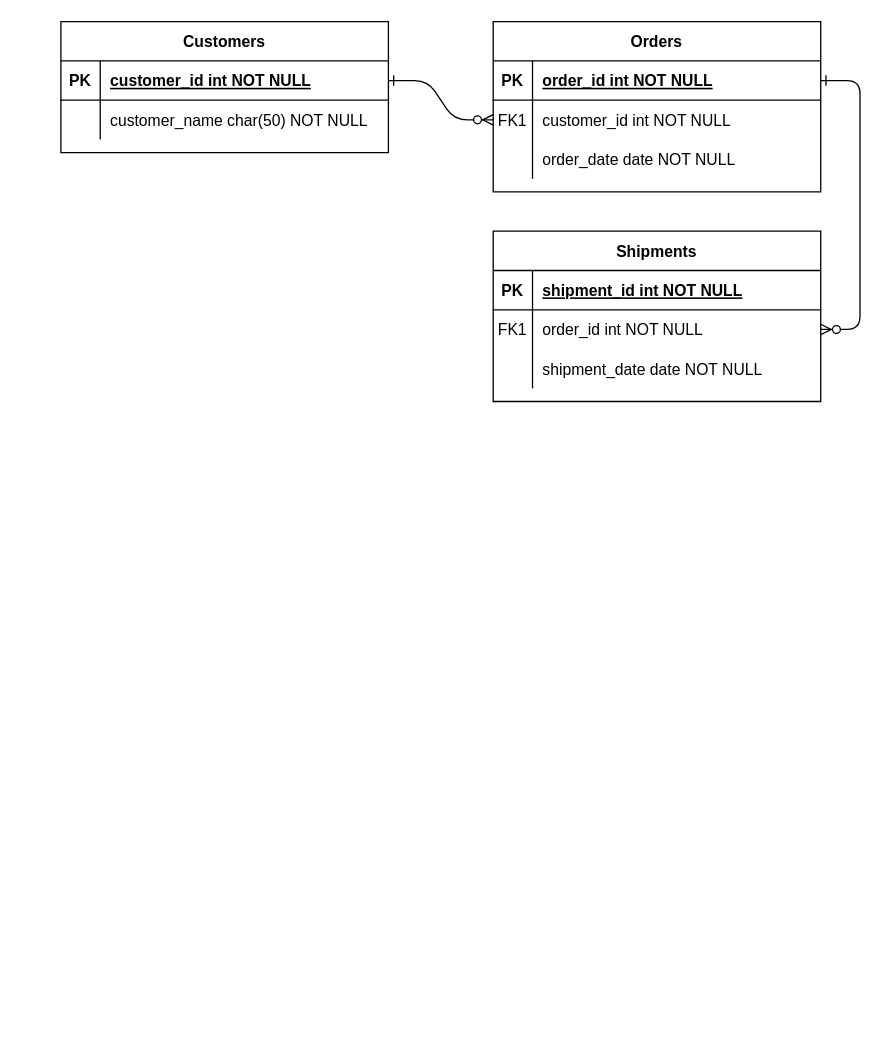
This is Diagramas/Relacion.drawio from AndreaCastro2004/bdd, a draw.io file, before an edit. Source tidied: cells renumbered, new cells numbered last; positions are measured from the earlier drawing's top-left corner, leaving out a move shared by most shapes. Both pictures are drawn from the tidied source at 131%, with x=0, y=0 at pixel (60, 21).
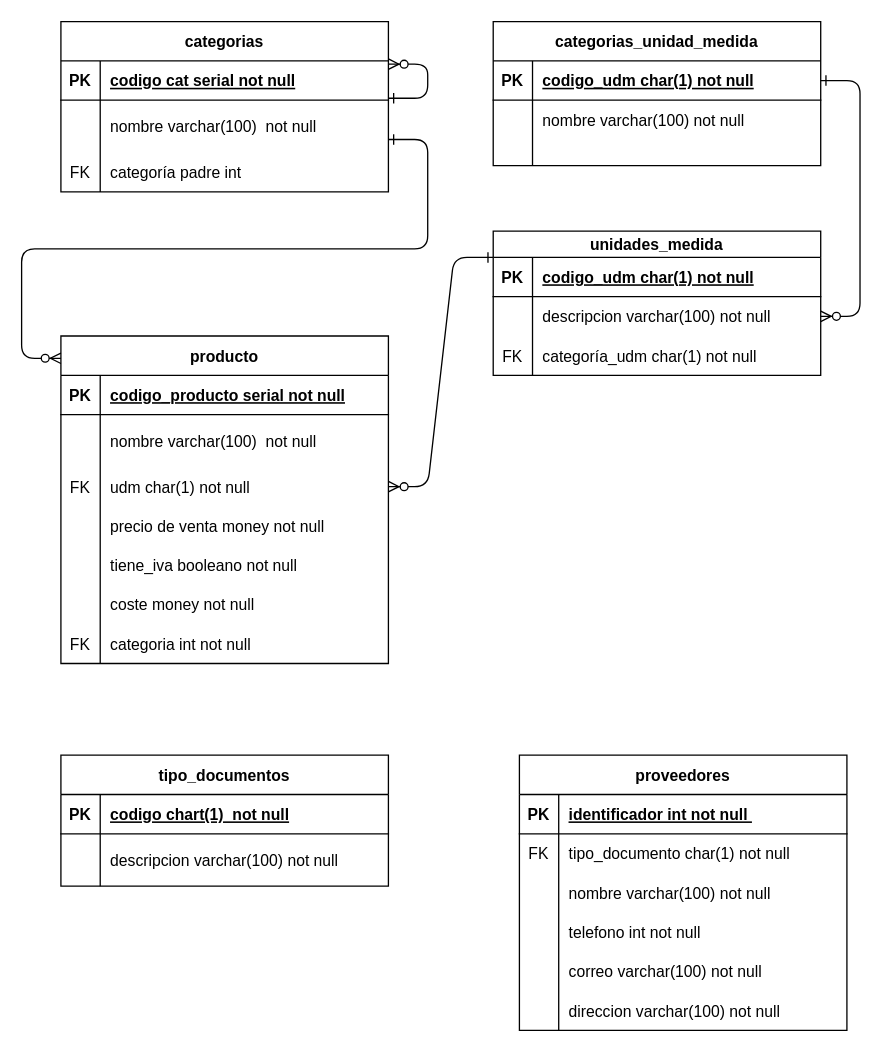
The same page after the edit.

Unchanged cells that the change refers to:
```xml
<mxCell id="5" style="shape=partialRectangle;fillColor=none;points=[[0,0.5],[1,0.5]];portConstraint=eastwest;top=0;left=0;right=0;bottom=1;" parent="4" vertex="1">
  <mxGeometry y="30" width="250" height="30" as="geometry" />
</mxCell>
<mxCell id="8" style="shape=partialRectangle;fillColor=none;points=[[0,0.5],[1,0.5]];portConstraint=eastwest;top=0;left=0;right=0;bottom=0;" parent="4" vertex="1">
  <mxGeometry y="60" width="250" height="30" as="geometry" />
</mxCell>
<mxCell id="25" style="shape=partialRectangle;fillColor=none;points=[[0,0.5],[1,0.5]];portConstraint=eastwest;top=0;left=0;right=0;bottom=1;" parent="24" vertex="1">
  <mxGeometry y="30" width="250" height="30" as="geometry" />
</mxCell>
```

Diff of the diagram source:
```diff
@@
-    <mxCell id="2" style="edgeStyle=entityRelationEdgeStyle;endArrow=ERzeroToMany;startArrow=ERone;endFill=1;startFill=0;" parent="1" edge="1" source="25" target="8">
-      <mxGeometry relative="1" as="geometry" />
-    </mxCell>
@@
-    <mxCell id="4" value="Orders" style="shape=table;startSize=30;childLayout=tableLayout;rowLines=0;fontStyle=1;align=center;" parent="1" vertex="1">
-      <mxGeometry x="330" width="250" height="130" as="geometry" />
+    <mxCell id="4" value="categorias_unidad_medida" style="shape=table;startSize=30;childLayout=tableLayout;rowLines=0;fontStyle=1;align=center;" parent="1" vertex="1">
+      <mxGeometry x="330" width="250" height="110" as="geometry" />
     </mxCell>
@@
-    <mxCell id="7" value="order_id int NOT NULL " style="shape=partialRectangle;overflow=hidden;fillColor=none;top=0;left=0;bottom=0;right=0;align=left;spacingLeft=6;fontStyle=5;" parent="5" vertex="1">
+    <mxCell id="7" value="codigo_udm char(1) not null" style="shape=partialRectangle;overflow=hidden;fillColor=none;top=0;left=0;bottom=0;right=0;align=left;spacingLeft=6;fontStyle=5;" parent="5" vertex="1">
       <mxGeometry x="30" width="220" height="30" as="geometry" />
     </mxCell>
@@
-    <mxCell id="9" value="FK1" style="shape=partialRectangle;overflow=hidden;fillColor=none;top=0;left=0;bottom=0;right=0;" parent="8" vertex="1">
+    <mxCell id="9" style="shape=partialRectangle;overflow=hidden;fillColor=none;top=0;left=0;bottom=0;right=0;" parent="8" vertex="1">
       <mxGeometry width="30" height="30" as="geometry" />
     </mxCell>
-    <mxCell id="10" value="customer_id int NOT NULL" style="shape=partialRectangle;overflow=hidden;fillColor=none;top=0;left=0;bottom=0;right=0;align=left;spacingLeft=6;" parent="8" vertex="1">
+    <mxCell id="10" value="nombre varchar(100) not null" style="shape=partialRectangle;overflow=hidden;fillColor=none;top=0;left=0;bottom=0;right=0;align=left;spacingLeft=6;" parent="8" vertex="1">
       <mxGeometry x="30" width="220" height="30" as="geometry" />
     </mxCell>
     <mxCell id="11" style="shape=partialRectangle;fillColor=none;top=0;left=0;right=0;bottom=0;" parent="4" vertex="1">
-      <mxGeometry y="90" width="250" height="30" as="geometry" />
+      <mxGeometry y="90" width="250" height="20" as="geometry" />
     </mxCell>
     <mxCell id="12" style="shape=partialRectangle;overflow=hidden;fillColor=none;top=0;left=0;bottom=0;right=0;" parent="11" vertex="1">
-      <mxGeometry width="30" height="30" as="geometry" />
+      <mxGeometry width="30" height="20" as="geometry" />
     </mxCell>
-    <mxCell id="13" value="order_date date NOT NULL" style="shape=partialRectangle;overflow=hidden;fillColor=none;top=0;left=0;bottom=0;right=0;align=left;spacingLeft=6;" parent="11" vertex="1">
-      <mxGeometry x="30" width="220" height="30" as="geometry" />
+    <mxCell id="13" style="shape=partialRectangle;overflow=hidden;fillColor=none;top=0;left=0;bottom=0;right=0;align=left;spacingLeft=6;" parent="11" vertex="1">
+      <mxGeometry x="30" width="220" height="20" as="geometry" />
     </mxCell>
-    <mxCell id="14" value="Shipments" style="shape=table;startSize=30;childLayout=tableLayout;rowLines=0;fontStyle=1;align=center;" parent="1" vertex="1">
-      <mxGeometry x="330" y="160" width="250" height="130" as="geometry" />
+    <mxCell id="14" value="unidades_medida" style="shape=table;startSize=20;childLayout=tableLayout;rowLines=0;fontStyle=1;align=center;" parent="1" vertex="1">
+      <mxGeometry x="330" y="160" width="250" height="110" as="geometry" />
     </mxCell>
     <mxCell id="15" style="shape=partialRectangle;fillColor=none;points=[[0,0.5],[1,0.5]];portConstraint=eastwest;top=0;left=0;right=0;bottom=1;" parent="14" vertex="1">
-      <mxGeometry y="30" width="250" height="30" as="geometry" />
+      <mxGeometry y="20" width="250" height="30" as="geometry" />
     </mxCell>
@@
-    <mxCell id="17" value="shipment_id int NOT NULL " style="shape=partialRectangle;overflow=hidden;fillColor=none;top=0;left=0;bottom=0;right=0;align=left;spacingLeft=6;fontStyle=5;" parent="15" vertex="1">
+    <mxCell id="17" value="codigo_udm char(1) not null" style="shape=partialRectangle;overflow=hidden;fillColor=none;top=0;left=0;bottom=0;right=0;align=left;spacingLeft=6;fontStyle=5;" parent="15" vertex="1">
       <mxGeometry x="30" width="220" height="30" as="geometry" />
     </mxCell>
     <mxCell id="18" style="shape=partialRectangle;fillColor=none;points=[[0,0.5],[1,0.5]];portConstraint=eastwest;top=0;left=0;right=0;bottom=0;" parent="14" vertex="1">
-      <mxGeometry y="60" width="250" height="30" as="geometry" />
+      <mxGeometry y="50" width="250" height="30" as="geometry" />
     </mxCell>
-    <mxCell id="19" value="FK1" style="shape=partialRectangle;overflow=hidden;fillColor=none;top=0;left=0;bottom=0;right=0;" parent="18" vertex="1">
+    <mxCell id="19" style="shape=partialRectangle;overflow=hidden;fillColor=none;top=0;left=0;bottom=0;right=0;" parent="18" vertex="1">
       <mxGeometry width="30" height="30" as="geometry" />
     </mxCell>
-    <mxCell id="20" value="order_id int NOT NULL" style="shape=partialRectangle;overflow=hidden;fillColor=none;top=0;left=0;bottom=0;right=0;align=left;spacingLeft=6;" parent="18" vertex="1">
+    <mxCell id="20" value="descripcion varchar(100) not null" style="shape=partialRectangle;overflow=hidden;fillColor=none;top=0;left=0;bottom=0;right=0;align=left;spacingLeft=6;" parent="18" vertex="1">
       <mxGeometry x="30" width="220" height="30" as="geometry" />
     </mxCell>
     <mxCell id="21" style="shape=partialRectangle;fillColor=none;top=0;left=0;right=0;bottom=0;" parent="14" vertex="1">
-      <mxGeometry y="90" width="250" height="30" as="geometry" />
+      <mxGeometry y="80" width="250" height="30" as="geometry" />
     </mxCell>
-    <mxCell id="22" style="shape=partialRectangle;overflow=hidden;fillColor=none;top=0;left=0;bottom=0;right=0;" parent="21" vertex="1">
+    <mxCell id="22" value="FK" style="shape=partialRectangle;overflow=hidden;fillColor=none;top=0;left=0;bottom=0;right=0;" parent="21" vertex="1">
       <mxGeometry width="30" height="30" as="geometry" />
     </mxCell>
-    <mxCell id="23" value="shipment_date date NOT NULL" style="shape=partialRectangle;overflow=hidden;fillColor=none;top=0;left=0;bottom=0;right=0;align=left;spacingLeft=6;" parent="21" vertex="1">
+    <mxCell id="23" value="categoría_udm char(1) not null" style="shape=partialRectangle;overflow=hidden;fillColor=none;top=0;left=0;bottom=0;right=0;align=left;spacingLeft=6;" parent="21" vertex="1">
       <mxGeometry x="30" width="220" height="30" as="geometry" />
     </mxCell>
-    <mxCell id="24" value="Customers" style="shape=table;startSize=30;childLayout=tableLayout;rowLines=0;fontStyle=1;align=center;" parent="1" vertex="1">
-      <mxGeometry width="250" height="100" as="geometry" />
+    <mxCell id="24" value="categorias" style="shape=table;startSize=30;childLayout=tableLayout;rowLines=0;fontStyle=1;align=center;" parent="1" vertex="1">
+      <mxGeometry width="250" height="130" as="geometry" />
     </mxCell>
@@
-    <mxCell id="27" value="customer_id int NOT NULL " style="shape=partialRectangle;overflow=hidden;fillColor=none;top=0;left=0;bottom=0;right=0;align=left;spacingLeft=6;fontStyle=5;" parent="25" vertex="1">
+    <mxCell id="27" value="codigo cat serial not null" style="shape=partialRectangle;overflow=hidden;fillColor=none;top=0;left=0;bottom=0;right=0;align=left;spacingLeft=6;fontStyle=5;" parent="25" vertex="1">
       <mxGeometry x="30" width="220" height="30" as="geometry" />
     </mxCell>
     <mxCell id="28" style="shape=partialRectangle;fillColor=none;top=0;left=0;right=0;bottom=0;" parent="24" vertex="1">
-      <mxGeometry y="60" width="250" height="30" as="geometry" />
+      <mxGeometry y="60" width="250" height="40" as="geometry" />
     </mxCell>
     <mxCell id="29" style="shape=partialRectangle;overflow=hidden;fillColor=none;top=0;left=0;bottom=0;right=0;" parent="28" vertex="1">
-      <mxGeometry width="30" height="30" as="geometry" />
+      <mxGeometry width="30" height="40" as="geometry" />
     </mxCell>
-    <mxCell id="30" value="customer_name char(50) NOT NULL" style="shape=partialRectangle;overflow=hidden;fillColor=none;top=0;left=0;bottom=0;right=0;align=left;spacingLeft=6;" parent="28" vertex="1">
-      <mxGeometry x="30" width="220" height="30" as="geometry" />
+    <mxCell id="30" value="nombre varchar(100)  not null" style="shape=partialRectangle;overflow=hidden;fillColor=none;top=0;left=0;bottom=0;right=0;align=left;spacingLeft=6;" parent="28" vertex="1">
+      <mxGeometry x="30" width="220" height="40" as="geometry" />
     </mxCell>
+    <mxCell id="31" style="shape=partialRectangle;fillColor=none;top=0;left=0;right=0;bottom=0;" parent="24" vertex="1">
+      <mxGeometry y="100" width="250" height="30" as="geometry" />
+    </mxCell>
+    <mxCell id="32" value="FK" style="shape=partialRectangle;overflow=hidden;fillColor=none;top=0;left=0;bottom=0;right=0;" parent="31" vertex="1">
+      <mxGeometry width="30" height="30" as="geometry" />
+    </mxCell>
+    <mxCell id="33" value="categoría padre int" style="shape=partialRectangle;overflow=hidden;fillColor=none;top=0;left=0;bottom=0;right=0;align=left;spacingLeft=6;" parent="31" vertex="1">
+      <mxGeometry x="30" width="220" height="30" as="geometry" />
+    </mxCell>
+    <mxCell id="2" style="edgeStyle=entityRelationEdgeStyle;endArrow=ERzeroToMany;startArrow=ERone;endFill=1;startFill=0;exitX=1.004;exitY=1;exitDx=0;exitDy=0;exitPerimeter=0;entryX=1;entryY=0.25;entryDx=0;entryDy=0;" parent="1" edge="1" target="24">
+      <mxGeometry relative="1" as="geometry">
+        <mxPoint x="250" y="58.5" as="sourcePoint" />
+        <Array as="points">
+          <mxPoint x="289" y="38.5" />
+        </Array>
+      </mxGeometry>
+    </mxCell>
+    <mxCell id="34" value="producto" style="shape=table;startSize=30;childLayout=tableLayout;rowLines=0;fontStyle=1;align=center;" parent="1" vertex="1">
+      <mxGeometry y="240" width="250" height="250" as="geometry" />
+    </mxCell>
+    <mxCell id="35" style="shape=partialRectangle;fillColor=none;top=0;left=0;right=0;bottom=1;" parent="34" vertex="1">
+      <mxGeometry y="30" width="250" height="30" as="geometry" />
+    </mxCell>
+    <mxCell id="36" value="PK" style="shape=partialRectangle;overflow=hidden;fillColor=none;top=0;left=0;bottom=0;right=0;fontStyle=1;" parent="35" vertex="1">
+      <mxGeometry width="30" height="30" as="geometry" />
+    </mxCell>
+    <mxCell id="37" value="codigo_producto serial not null" style="shape=partialRectangle;overflow=hidden;fillColor=none;top=0;left=0;bottom=0;right=0;align=left;spacingLeft=6;fontStyle=5;" parent="35" vertex="1">
+      <mxGeometry x="30" width="220" height="30" as="geometry" />
+    </mxCell>
+    <mxCell id="38" style="shape=partialRectangle;fillColor=none;top=0;left=0;right=0;bottom=0;" parent="34" vertex="1">
+      <mxGeometry y="60" width="250" height="40" as="geometry" />
+    </mxCell>
+    <mxCell id="39" style="shape=partialRectangle;overflow=hidden;fillColor=none;top=0;left=0;bottom=0;right=0;" parent="38" vertex="1">
+      <mxGeometry width="30" height="40" as="geometry" />
+    </mxCell>
+    <mxCell id="40" value="nombre varchar(100)  not null" style="shape=partialRectangle;overflow=hidden;fillColor=none;top=0;left=0;bottom=0;right=0;align=left;spacingLeft=6;" parent="38" vertex="1">
+      <mxGeometry x="30" width="220" height="40" as="geometry" />
+    </mxCell>
+    <mxCell id="41" style="shape=partialRectangle;fillColor=none;points=[[0,0.5],[1,0.5]];portConstraint=eastwest;top=0;left=0;right=0;bottom=0;" parent="34" vertex="1">
+      <mxGeometry y="100" width="250" height="30" as="geometry" />
+    </mxCell>
+    <mxCell id="42" value="FK" style="shape=partialRectangle;overflow=hidden;fillColor=none;top=0;left=0;bottom=0;right=0;" parent="41" vertex="1">
+      <mxGeometry width="30" height="30" as="geometry" />
+    </mxCell>
+    <mxCell id="43" value="udm char(1) not null" style="shape=partialRectangle;overflow=hidden;fillColor=none;top=0;left=0;bottom=0;right=0;align=left;spacingLeft=6;" parent="41" vertex="1">
+      <mxGeometry x="30" width="220" height="30" as="geometry" />
+    </mxCell>
+    <mxCell id="44" style="shape=partialRectangle;fillColor=none;top=0;left=0;right=0;bottom=0;" parent="34" vertex="1">
+      <mxGeometry y="130" width="250" height="30" as="geometry" />
+    </mxCell>
+    <mxCell id="45" style="shape=partialRectangle;overflow=hidden;fillColor=none;top=0;left=0;bottom=0;right=0;" parent="44" vertex="1">
+      <mxGeometry width="30" height="30" as="geometry" />
+    </mxCell>
+    <mxCell id="46" value="precio de venta money not null" style="shape=partialRectangle;overflow=hidden;fillColor=none;top=0;left=0;bottom=0;right=0;align=left;spacingLeft=6;" parent="44" vertex="1">
+      <mxGeometry x="30" width="220" height="30" as="geometry" />
+    </mxCell>
+    <mxCell id="47" style="shape=partialRectangle;fillColor=none;top=0;left=0;right=0;bottom=0;" parent="34" vertex="1">
+      <mxGeometry y="160" width="250" height="30" as="geometry" />
+    </mxCell>
+    <mxCell id="48" style="shape=partialRectangle;overflow=hidden;fillColor=none;top=0;left=0;bottom=0;right=0;" parent="47" vertex="1">
+      <mxGeometry width="30" height="30" as="geometry" />
+    </mxCell>
+    <mxCell id="49" value="tiene_iva booleano not null" style="shape=partialRectangle;overflow=hidden;fillColor=none;top=0;left=0;bottom=0;right=0;align=left;spacingLeft=6;" parent="47" vertex="1">
+      <mxGeometry x="30" width="220" height="30" as="geometry" />
+    </mxCell>
+    <mxCell id="50" style="shape=partialRectangle;fillColor=none;top=0;left=0;right=0;bottom=0;" parent="34" vertex="1">
+      <mxGeometry y="190" width="250" height="30" as="geometry" />
+    </mxCell>
+    <mxCell id="51" style="shape=partialRectangle;overflow=hidden;fillColor=none;top=0;left=0;bottom=0;right=0;" parent="50" vertex="1">
+      <mxGeometry width="30" height="30" as="geometry" />
+    </mxCell>
+    <mxCell id="52" value="coste money not null" style="shape=partialRectangle;overflow=hidden;fillColor=none;top=0;left=0;bottom=0;right=0;align=left;spacingLeft=6;" parent="50" vertex="1">
+      <mxGeometry x="30" width="220" height="30" as="geometry" />
+    </mxCell>
+    <mxCell id="53" style="shape=partialRectangle;fillColor=none;top=0;left=0;right=0;bottom=0;" parent="34" vertex="1">
+      <mxGeometry y="220" width="250" height="30" as="geometry" />
+    </mxCell>
+    <mxCell id="54" value="FK" style="shape=partialRectangle;overflow=hidden;fillColor=none;top=0;left=0;bottom=0;right=0;" parent="53" vertex="1">
+      <mxGeometry width="30" height="30" as="geometry" />
+    </mxCell>
+    <mxCell id="55" value="categoria int not null" style="shape=partialRectangle;overflow=hidden;fillColor=none;top=0;left=0;bottom=0;right=0;align=left;spacingLeft=6;" parent="53" vertex="1">
+      <mxGeometry x="30" width="220" height="30" as="geometry" />
+    </mxCell>
+    <mxCell id="56" style="edgeStyle=entityRelationEdgeStyle;endArrow=ERzeroToMany;startArrow=ERone;endFill=1;startFill=0;entryX=1;entryY=0.5;entryDx=0;entryDy=0;exitX=0;exitY=0;exitDx=0;exitDy=0;exitPerimeter=0;" parent="1" edge="1" source="15" target="41">
+      <mxGeometry relative="1" as="geometry" />
+    </mxCell>
+    <mxCell id="57" style="edgeStyle=entityRelationEdgeStyle;endArrow=ERzeroToMany;startArrow=ERone;endFill=1;startFill=0;" parent="1" edge="1">
+      <mxGeometry relative="1" as="geometry">
+        <mxPoint x="250" y="90" as="sourcePoint" />
+        <mxPoint y="257" as="targetPoint" />
+        <Array as="points">
+          <mxPoint x="120" y="117" />
+          <mxPoint x="-50" y="237" />
+          <mxPoint x="-40" y="207" />
+          <mxPoint x="-30" y="207" />
+          <mxPoint x="-30" y="207" />
+          <mxPoint x="-30" y="207" />
+        </Array>
+      </mxGeometry>
+    </mxCell>
+    <mxCell id="58" value="tipo_documentos" style="shape=table;startSize=30;childLayout=tableLayout;rowLines=0;fontStyle=1;align=center;" parent="1" vertex="1">
+      <mxGeometry y="560" width="250" height="100" as="geometry" />
+    </mxCell>
+    <mxCell id="59" style="shape=partialRectangle;fillColor=none;top=0;left=0;right=0;bottom=1;" parent="58" vertex="1">
+      <mxGeometry y="30" width="250" height="30" as="geometry" />
+    </mxCell>
+    <mxCell id="60" value="PK" style="shape=partialRectangle;overflow=hidden;fillColor=none;top=0;left=0;bottom=0;right=0;fontStyle=1;" parent="59" vertex="1">
+      <mxGeometry width="30" height="30" as="geometry" />
+    </mxCell>
+    <mxCell id="61" value="codigo chart(1)  not null" style="shape=partialRectangle;overflow=hidden;fillColor=none;top=0;left=0;bottom=0;right=0;align=left;spacingLeft=6;fontStyle=5;" parent="59" vertex="1">
+      <mxGeometry x="30" width="220" height="30" as="geometry" />
+    </mxCell>
+    <mxCell id="62" style="shape=partialRectangle;fillColor=none;top=0;left=0;right=0;bottom=0;" parent="58" vertex="1">
+      <mxGeometry y="60" width="250" height="40" as="geometry" />
+    </mxCell>
+    <mxCell id="63" style="shape=partialRectangle;overflow=hidden;fillColor=none;top=0;left=0;bottom=0;right=0;" parent="62" vertex="1">
+      <mxGeometry width="30" height="40" as="geometry" />
+    </mxCell>
+    <mxCell id="64" value="descripcion varchar(100) not null" style="shape=partialRectangle;overflow=hidden;fillColor=none;top=0;left=0;bottom=0;right=0;align=left;spacingLeft=6;" parent="62" vertex="1">
+      <mxGeometry x="30" width="220" height="40" as="geometry" />
+    </mxCell>
+    <mxCell id="65" value="proveedores" style="shape=table;startSize=30;childLayout=tableLayout;rowLines=0;fontStyle=1;align=center;" parent="1" vertex="1">
+      <mxGeometry x="350" y="560" width="250" height="210" as="geometry" />
+    </mxCell>
+    <mxCell id="66" style="shape=partialRectangle;fillColor=none;top=0;left=0;right=0;bottom=1;" parent="65" vertex="1">
+      <mxGeometry y="30" width="250" height="30" as="geometry" />
+    </mxCell>
+    <mxCell id="67" value="PK" style="shape=partialRectangle;overflow=hidden;fillColor=none;top=0;left=0;bottom=0;right=0;fontStyle=1;" parent="66" vertex="1">
+      <mxGeometry width="30" height="30" as="geometry" />
+    </mxCell>
+    <mxCell id="68" value="identificador int not null " style="shape=partialRectangle;overflow=hidden;fillColor=none;top=0;left=0;bottom=0;right=0;align=left;spacingLeft=6;fontStyle=5;" parent="66" vertex="1">
+      <mxGeometry x="30" width="220" height="30" as="geometry" />
+    </mxCell>
+    <mxCell id="69" style="shape=partialRectangle;fillColor=none;top=0;left=0;right=0;bottom=0;" parent="65" vertex="1">
+      <mxGeometry y="60" width="250" height="30" as="geometry" />
+    </mxCell>
+    <mxCell id="70" value="FK" style="shape=partialRectangle;overflow=hidden;fillColor=none;top=0;left=0;bottom=0;right=0;" parent="69" vertex="1">
+      <mxGeometry width="30" height="30" as="geometry" />
+    </mxCell>
+    <mxCell id="71" value="tipo_documento char(1) not null " style="shape=partialRectangle;overflow=hidden;fillColor=none;top=0;left=0;bottom=0;right=0;align=left;spacingLeft=6;" parent="69" vertex="1">
+      <mxGeometry x="30" width="220" height="30" as="geometry" />
+    </mxCell>
+    <mxCell id="72" style="shape=partialRectangle;fillColor=none;top=0;left=0;right=0;bottom=0;" parent="65" vertex="1">
+      <mxGeometry y="90" width="250" height="30" as="geometry" />
+    </mxCell>
+    <mxCell id="73" style="shape=partialRectangle;overflow=hidden;fillColor=none;top=0;left=0;bottom=0;right=0;" parent="72" vertex="1">
+      <mxGeometry width="30" height="30" as="geometry" />
+    </mxCell>
+    <mxCell id="74" value="nombre varchar(100) not null" style="shape=partialRectangle;overflow=hidden;fillColor=none;top=0;left=0;bottom=0;right=0;align=left;spacingLeft=6;" parent="72" vertex="1">
+      <mxGeometry x="30" width="220" height="30" as="geometry" />
+    </mxCell>
+    <mxCell id="75" style="shape=partialRectangle;fillColor=none;top=0;left=0;right=0;bottom=0;" parent="65" vertex="1">
+      <mxGeometry y="120" width="250" height="30" as="geometry" />
+    </mxCell>
+    <mxCell id="76" style="shape=partialRectangle;overflow=hidden;fillColor=none;top=0;left=0;bottom=0;right=0;" parent="75" vertex="1">
+      <mxGeometry width="30" height="30" as="geometry" />
+    </mxCell>
+    <mxCell id="77" value="telefono int not null" style="shape=partialRectangle;overflow=hidden;fillColor=none;top=0;left=0;bottom=0;right=0;align=left;spacingLeft=6;" parent="75" vertex="1">
+      <mxGeometry x="30" width="220" height="30" as="geometry" />
+    </mxCell>
+    <mxCell id="78" style="shape=partialRectangle;fillColor=none;top=0;left=0;right=0;bottom=0;" parent="65" vertex="1">
+      <mxGeometry y="150" width="250" height="30" as="geometry" />
+    </mxCell>
+    <mxCell id="79" style="shape=partialRectangle;overflow=hidden;fillColor=none;top=0;left=0;bottom=0;right=0;" parent="78" vertex="1">
+      <mxGeometry width="30" height="30" as="geometry" />
+    </mxCell>
+    <mxCell id="80" value="correo varchar(100) not null" style="shape=partialRectangle;overflow=hidden;fillColor=none;top=0;left=0;bottom=0;right=0;align=left;spacingLeft=6;" parent="78" vertex="1">
+      <mxGeometry x="30" width="220" height="30" as="geometry" />
+    </mxCell>
+    <mxCell id="81" style="shape=partialRectangle;fillColor=none;top=0;left=0;right=0;bottom=0;" parent="65" vertex="1">
+      <mxGeometry y="180" width="250" height="30" as="geometry" />
+    </mxCell>
+    <mxCell id="82" style="shape=partialRectangle;overflow=hidden;fillColor=none;top=0;left=0;bottom=0;right=0;" parent="81" vertex="1">
+      <mxGeometry width="30" height="30" as="geometry" />
+    </mxCell>
+    <mxCell id="83" value="direccion varchar(100) not null" style="shape=partialRectangle;overflow=hidden;fillColor=none;top=0;left=0;bottom=0;right=0;align=left;spacingLeft=6;" parent="81" vertex="1">
+      <mxGeometry x="30" width="220" height="30" as="geometry" />
+    </mxCell>
```
